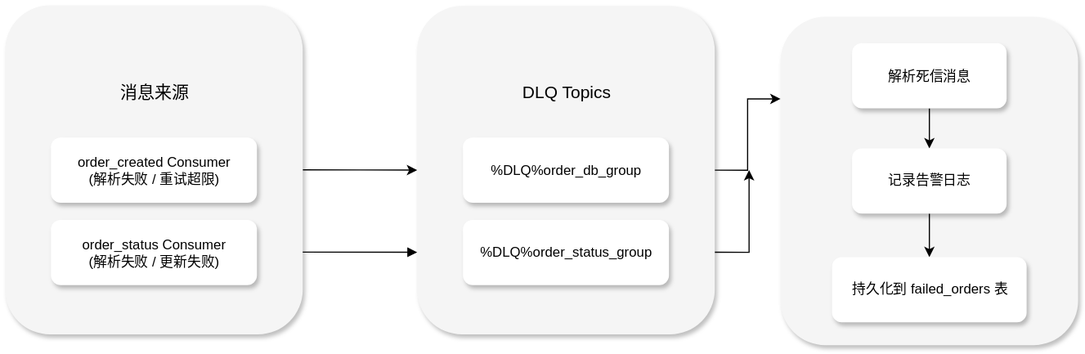
Earlier version of the draw.io export images/死信队列处理.svg (asteruwu/TransactionSystemArchitectureDesign). Source tidied: cells renumbered, new cells last; positions are measured from the earlier drawing's top-left corner, leaving out a move shared by most shapes.
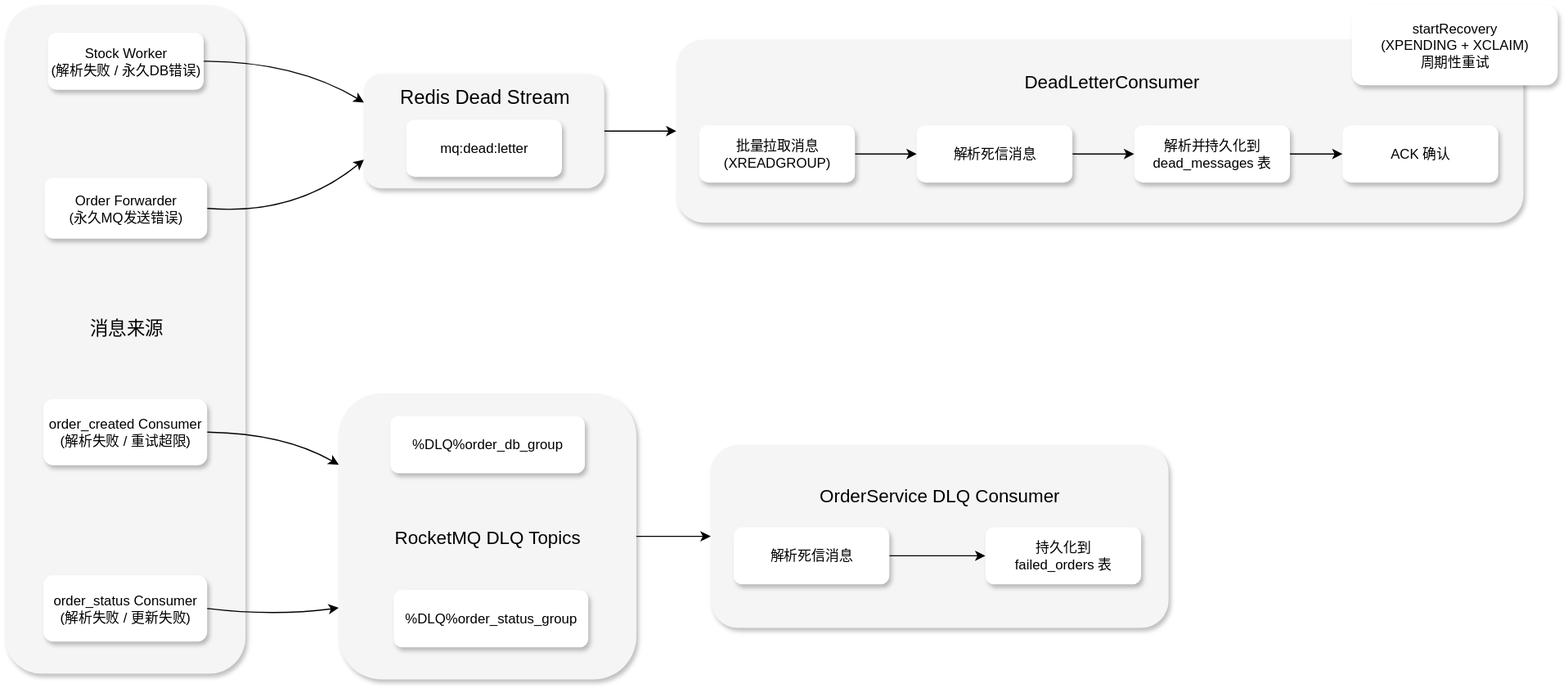
After the change.

Commit message:
更新README和svg资源

追加dead stream相关内容

Change to the diagram source:
```diff
@@ -2,64 +2,127 @@
   <root>
     <mxCell id="0" />
     <mxCell id="1" parent="0" />
-    <mxCell id="2" style="rounded=1;whiteSpace=wrap;html=1;fillColor=#f5f5f5;fontColor=#333333;strokeColor=none;shadow=1;" parent="1" vertex="1">
-      <mxGeometry x="677.5" y="10" width="260" height="287" as="geometry" />
-    </mxCell>
-    <mxCell id="3" style="edgeStyle=orthogonalEdgeStyle;rounded=0;jettySize=auto;html=1;exitX=1;exitY=0.5;exitDx=0;exitDy=0;entryX=0;entryY=0.25;entryDx=0;entryDy=0;fontFamily=Helvetica;fontSize=12;fontColor=default;" parent="1" edge="1" source="5" target="2">
-      <mxGeometry relative="1" as="geometry" />
-    </mxCell>
-    <mxCell id="4" style="edgeStyle=orthogonalEdgeStyle;rounded=0;jettySize=auto;html=1;exitX=1;exitY=0.75;exitDx=0;exitDy=0;fontFamily=Helvetica;fontSize=12;fontColor=default;" parent="1" edge="1" source="5">
-      <mxGeometry relative="1" as="geometry">
-        <mxPoint x="650" y="144" as="targetPoint" />
-        <Array as="points">
-          <mxPoint x="650" y="216" />
-        </Array>
-      </mxGeometry>
-    </mxCell>
-    <mxCell id="5" style="rounded=1;whiteSpace=wrap;html=1;fillColor=#f5f5f5;fontColor=#333333;strokeColor=none;shadow=1;" parent="1" vertex="1">
-      <mxGeometry x="360" y="0.5" width="260" height="287" as="geometry" />
-    </mxCell>
-    <mxCell id="6" style="edgeStyle=orthogonalEdgeStyle;rounded=0;jettySize=auto;html=1;exitX=1;exitY=0.5;exitDx=0;exitDy=0;entryX=0;entryY=0.5;entryDx=0;entryDy=0;fontFamily=Helvetica;fontSize=12;fontColor=default;" parent="1" edge="1" source="7" target="5">
-      <mxGeometry relative="1" as="geometry" />
-    </mxCell>
-    <mxCell id="7" style="rounded=1;whiteSpace=wrap;html=1;fillColor=#f5f5f5;fontColor=#333333;strokeColor=none;shadow=1;" parent="1" vertex="1">
-      <mxGeometry width="260" height="287.5" as="geometry" />
-    </mxCell>
+    <mxCell id="20" style="rounded=1;whiteSpace=wrap;html=1;fillColor=#f5f5f5;fontColor=#333333;strokeColor=none;shadow=1;" parent="1" vertex="1">
+      <mxGeometry x="673" y="220" width="400" height="160" as="geometry" />
+    </mxCell>
+    <mxCell id="21" style="rounded=1;whiteSpace=wrap;html=1;fillColor=#f5f5f5;fontColor=#333333;strokeColor=none;shadow=1;" parent="1" vertex="1">
+      <mxGeometry x="643" y="-134" width="740" height="160" as="geometry" />
+    </mxCell>
+    <mxCell id="22" value="&lt;span style=&quot;text-wrap-mode: wrap;&quot;&gt;DeadLetterConsumer&lt;/span&gt;" style="text;html=1;align=center;verticalAlign=middle;strokeColor=none;fillColor=none;fontFamily=Helvetica;fontSize=16;fontColor=default;" parent="1" vertex="1">
+      <mxGeometry x="1003" y="-110" width="40" height="26" as="geometry" />
+    </mxCell>
+    <mxCell id="23" style="edgeStyle=none;shape=connector;curved=1;rounded=0;jettySize=auto;html=1;exitX=1;exitY=0.5;exitDx=0;exitDy=0;entryX=0;entryY=0.5;entryDx=0;entryDy=0;strokeColor=default;align=center;verticalAlign=middle;fontFamily=Helvetica;fontSize=12;fontColor=default;labelBackgroundColor=default;endArrow=classic;" parent="1" edge="1" target="20">
+      <mxGeometry relative="1" as="geometry">
+        <mxPoint x="571" y="300" as="sourcePoint" />
+      </mxGeometry>
+    </mxCell>
+    <mxCell id="24" style="rounded=1;whiteSpace=wrap;html=1;fillColor=#f5f5f5;fontColor=#333333;strokeColor=none;shadow=1;" parent="1" vertex="1">
+      <mxGeometry x="348" y="175" width="260" height="250" as="geometry" />
+    </mxCell>
+    <mxCell id="25" style="rounded=1;whiteSpace=wrap;html=1;fillColor=#f5f5f5;fontColor=#333333;strokeColor=none;shadow=1;" parent="1" vertex="1">
+      <mxGeometry x="56.5" y="-164" width="210" height="584" as="geometry" />
+    </mxCell>
+    <mxCell id="26" style="rounded=0;jettySize=auto;html=1;exitX=1;exitY=0.5;exitDx=0;exitDy=0;entryX=0;entryY=0.25;entryDx=0;entryDy=0;fontFamily=Helvetica;fontSize=12;fontColor=default;curved=1;" parent="1" edge="1" source="27" target="33">
+      <mxGeometry relative="1" as="geometry">
+        <Array as="points">
+          <mxPoint x="310" y="-115" />
+        </Array>
+      </mxGeometry>
+    </mxCell>
+    <mxCell id="27" value="Stock Worker&#10;(解析失败 / 永久DB错误)" style="whiteSpace=wrap;strokeWidth=2;rounded=1;shadow=1;align=center;verticalAlign=middle;fontFamily=Helvetica;fontSize=12;fontColor=default;fillColor=default;strokeColor=none;" parent="1" vertex="1">
+      <mxGeometry x="94" y="-140" width="136" height="50" as="geometry" />
+    </mxCell>
+    <mxCell id="28" style="rounded=0;jettySize=auto;html=1;exitX=1;exitY=0.5;exitDx=0;exitDy=0;entryX=0;entryY=0.75;entryDx=0;entryDy=0;fontFamily=Helvetica;fontSize=12;fontColor=default;curved=1;" parent="1" edge="1" source="29" target="33">
+      <mxGeometry relative="1" as="geometry">
+        <Array as="points">
+          <mxPoint x="310" y="20" />
+        </Array>
+      </mxGeometry>
+    </mxCell>
+    <mxCell id="29" value="Order Forwarder&#10;(永久MQ发送错误)" style="whiteSpace=wrap;strokeWidth=2;rounded=1;shadow=1;align=center;verticalAlign=middle;fontFamily=Helvetica;fontSize=12;fontColor=default;fillColor=default;strokeColor=none;" parent="1" vertex="1">
+      <mxGeometry x="91" y="-13" width="142" height="53" as="geometry" />
+    </mxCell>
+    <mxCell id="30" style="edgeStyle=none;shape=connector;curved=1;rounded=0;jettySize=auto;html=1;exitX=1;exitY=0.5;exitDx=0;exitDy=0;entryX=0;entryY=0.25;entryDx=0;entryDy=0;strokeColor=default;align=center;verticalAlign=middle;fontFamily=Helvetica;fontSize=12;fontColor=default;labelBackgroundColor=default;endArrow=classic;" parent="1" edge="1" source="8" target="24">
+      <mxGeometry relative="1" as="geometry">
+        <Array as="points">
+          <mxPoint x="300" y="210" />
+        </Array>
+      </mxGeometry>
+    </mxCell>
-    <mxCell id="8" value="order_created Consumer&#10;(解析失败 / 重试超限)" style="whiteSpace=wrap;strokeWidth=2;strokeColor=none;rounded=1;shadow=1;" parent="1" vertex="1">
-      <mxGeometry x="40" y="115.5" width="180" height="57" as="geometry" />
+    <mxCell id="8" value="order_created Consumer&#10;(解析失败 / 重试超限)" style="whiteSpace=wrap;strokeWidth=2;rounded=1;shadow=1;align=center;verticalAlign=middle;fontFamily=Helvetica;fontSize=12;fontColor=default;fillColor=default;strokeColor=none;" parent="1" vertex="1">
+      <mxGeometry x="90" y="180" width="143" height="58" as="geometry" />
     </mxCell>
-    <mxCell id="9" style="curved=1;startArrow=none;endArrow=block;exitX=1;exitY=0.75;entryX=0;entryY=0.75;rounded=0;exitDx=0;exitDy=0;entryDx=0;entryDy=0;" parent="1" edge="1" source="7" target="5">
-      <mxGeometry relative="1" as="geometry" />
-    </mxCell>
+    <mxCell id="31" style="edgeStyle=none;shape=connector;curved=1;rounded=0;jettySize=auto;html=1;exitX=1;exitY=0.5;exitDx=0;exitDy=0;entryX=0;entryY=0.75;entryDx=0;entryDy=0;strokeColor=default;align=center;verticalAlign=middle;fontFamily=Helvetica;fontSize=12;fontColor=default;labelBackgroundColor=default;endArrow=classic;" parent="1" edge="1" source="10" target="24">
+      <mxGeometry relative="1" as="geometry">
+        <Array as="points">
+          <mxPoint x="290" y="370" />
+        </Array>
+      </mxGeometry>
+    </mxCell>
-    <mxCell id="10" value="order_status Consumer&#10;(解析失败 / 更新失败)" style="whiteSpace=wrap;strokeWidth=2;strokeColor=none;rounded=1;shadow=1;" parent="1" vertex="1">
-      <mxGeometry x="40" y="187.5" width="180" height="57" as="geometry" />
+    <mxCell id="10" value="order_status Consumer&#10;(解析失败 / 更新失败)" style="whiteSpace=wrap;strokeWidth=2;rounded=1;shadow=1;align=center;verticalAlign=middle;fontFamily=Helvetica;fontSize=12;fontColor=default;fillColor=default;strokeColor=none;" parent="1" vertex="1">
+      <mxGeometry x="90" y="334" width="143" height="58" as="geometry" />
     </mxCell>
-    <mxCell id="11" value="消息来源" style="text;html=1;align=center;verticalAlign=middle;strokeColor=none;fillColor=none;fontFamily=Helvetica;fontSize=15;fontColor=default;" parent="1" vertex="1">
-      <mxGeometry x="90" y="60" width="80" height="30" as="geometry" />
+    <mxCell id="11" value="消息来源" style="text;html=1;align=center;verticalAlign=middle;strokeColor=none;fillColor=none;fontSize=16;" parent="1" vertex="1">
+      <mxGeometry x="117" y="103" width="90" height="30" as="geometry" />
     </mxCell>
+    <mxCell id="32" style="edgeStyle=none;shape=connector;curved=1;rounded=0;jettySize=auto;html=1;exitX=1;exitY=0.5;exitDx=0;exitDy=0;entryX=0;entryY=0.5;entryDx=0;entryDy=0;strokeColor=default;align=center;verticalAlign=middle;fontFamily=Helvetica;fontSize=12;fontColor=default;labelBackgroundColor=default;endArrow=classic;" parent="1" edge="1" target="21">
+      <mxGeometry relative="1" as="geometry">
+        <mxPoint x="543" y="-54" as="sourcePoint" />
+      </mxGeometry>
+    </mxCell>
+    <mxCell id="33" style="rounded=1;whiteSpace=wrap;html=1;fillColor=#f5f5f5;fontColor=#333333;strokeColor=none;shadow=1;" parent="1" vertex="1">
+      <mxGeometry x="370" y="-104" width="210" height="100" as="geometry" />
+    </mxCell>
+    <mxCell id="34" value="mq:dead:letter" style="whiteSpace=wrap;strokeWidth=2;rounded=1;shadow=1;align=center;verticalAlign=middle;fontFamily=Helvetica;fontSize=12;fontColor=default;fillColor=default;strokeColor=none;" parent="1" vertex="1">
+      <mxGeometry x="407" y="-64" width="136" height="50" as="geometry" />
+    </mxCell>
+    <mxCell id="35" value="Redis Dead Stream " style="text;align=center;verticalAlign=middle;strokeColor=none;fillColor=none;imageAspect=1;noLabel=0;absoluteArcSize=0;imageHeight=24;imageWidth=24;imageVerticalAlign=middle;arcSize=12;fillOpacity=100;overflow=fill;fontSize=17;" parent="1" vertex="1">
+      <mxGeometry x="413" y="-94" width="130" height="30" as="geometry" />
+    </mxCell>
-    <mxCell id="12" value="%DLQ%order_db_group" style="whiteSpace=wrap;strokeWidth=2;strokeColor=none;rounded=1;shadow=1;" parent="1" vertex="1">
-      <mxGeometry x="400" y="115.5" width="180" height="57" as="geometry" />
+    <mxCell id="12" value="%DLQ%order_db_group" style="whiteSpace=wrap;strokeWidth=2;rounded=1;shadow=1;align=center;verticalAlign=middle;fontFamily=Helvetica;fontSize=12;fontColor=default;fillColor=default;strokeColor=none;" parent="1" vertex="1">
+      <mxGeometry x="393" y="195" width="170" height="50" as="geometry" />
     </mxCell>
-    <mxCell id="13" value="%DLQ%order_status_group" style="whiteSpace=wrap;strokeWidth=2;strokeColor=none;rounded=1;shadow=1;" parent="1" vertex="1">
-      <mxGeometry x="400" y="187.5" width="180" height="57" as="geometry" />
+    <mxCell id="13" value="%DLQ%order_status_group" style="whiteSpace=wrap;strokeWidth=2;rounded=1;shadow=1;align=center;verticalAlign=middle;fontFamily=Helvetica;fontSize=12;fontColor=default;fillColor=default;strokeColor=none;" parent="1" vertex="1">
+      <mxGeometry x="396" y="347" width="170" height="50" as="geometry" />
     </mxCell>
-    <mxCell id="14" value="DLQ Topics" style="text;html=1;align=center;verticalAlign=middle;strokeColor=none;fillColor=none;fontFamily=Helvetica;fontSize=15;fontColor=default;" parent="1" vertex="1">
-      <mxGeometry x="440" y="60" width="100" height="30" as="geometry" />
-    </mxCell>
-    <mxCell id="15" style="edgeStyle=orthogonalEdgeStyle;rounded=0;jettySize=auto;html=1;fontFamily=Helvetica;fontSize=12;fontColor=default;" parent="1" edge="1" source="16" target="18">
-      <mxGeometry relative="1" as="geometry" />
-    </mxCell>
-    <mxCell id="16" value="解析死信消息" style="whiteSpace=wrap;strokeWidth=2;strokeColor=none;rounded=1;shadow=1;" parent="1" vertex="1">
-      <mxGeometry x="740" y="33" width="135" height="57" as="geometry" />
-    </mxCell>
-    <mxCell id="17" style="edgeStyle=orthogonalEdgeStyle;rounded=0;jettySize=auto;html=1;fontFamily=Helvetica;fontSize=12;fontColor=default;" parent="1" edge="1" source="18" target="19">
-      <mxGeometry relative="1" as="geometry" />
-    </mxCell>
-    <mxCell id="18" value="记录告警日志" style="whiteSpace=wrap;strokeWidth=2;strokeColor=none;rounded=1;shadow=1;" parent="1" vertex="1">
-      <mxGeometry x="740" y="125" width="135" height="57" as="geometry" />
-    </mxCell>
+    <mxCell id="36" value="RocketMQ DLQ Topics" style="text;align=center;verticalAlign=middle;strokeColor=none;fillColor=none;fontFamily=Helvetica;fontSize=16;fontColor=default;" parent="1" vertex="1">
+      <mxGeometry x="458" y="287" width="40" height="26" as="geometry" />
+    </mxCell>
+    <mxCell id="37" style="edgeStyle=orthogonalEdgeStyle;rounded=0;jettySize=auto;html=1;fontFamily=Helvetica;fontSize=12;fontColor=default;" parent="1" edge="1" source="38" target="40">
+      <mxGeometry relative="1" as="geometry" />
+    </mxCell>
+    <mxCell id="38" value="批量拉取消息&#10;(XREADGROUP)" style="whiteSpace=wrap;strokeWidth=2;rounded=1;shadow=1;align=center;verticalAlign=middle;fontFamily=Helvetica;fontSize=12;fontColor=default;fillColor=default;strokeColor=none;" parent="1" vertex="1">
+      <mxGeometry x="663" y="-59" width="136" height="50" as="geometry" />
+    </mxCell>
+    <mxCell id="39" style="edgeStyle=orthogonalEdgeStyle;rounded=0;jettySize=auto;html=1;fontFamily=Helvetica;fontSize=12;fontColor=default;" parent="1" edge="1" source="40" target="42">
+      <mxGeometry relative="1" as="geometry" />
+    </mxCell>
+    <mxCell id="40" value="解析死信消息" style="whiteSpace=wrap;strokeWidth=2;rounded=1;shadow=1;align=center;verticalAlign=middle;fontFamily=Helvetica;fontSize=12;fontColor=default;fillColor=default;strokeColor=none;" parent="1" vertex="1">
+      <mxGeometry x="853" y="-59" width="136" height="50" as="geometry" />
+    </mxCell>
+    <mxCell id="41" style="edgeStyle=orthogonalEdgeStyle;rounded=0;jettySize=auto;html=1;fontFamily=Helvetica;fontSize=12;fontColor=default;" parent="1" edge="1" source="42" target="45">
+      <mxGeometry relative="1" as="geometry" />
+    </mxCell>
+    <mxCell id="42" value="解析并持久化到&#10;dead_messages 表" style="whiteSpace=wrap;strokeWidth=2;rounded=1;shadow=1;align=center;verticalAlign=middle;fontFamily=Helvetica;fontSize=12;fontColor=default;fillColor=default;strokeColor=none;" parent="1" vertex="1">
+      <mxGeometry x="1043" y="-59" width="136" height="50" as="geometry" />
+    </mxCell>
+    <mxCell id="43" style="edgeStyle=orthogonalEdgeStyle;rounded=0;jettySize=auto;html=1;fontFamily=Helvetica;fontSize=12;fontColor=default;" parent="1" edge="1" source="44" target="19">
+      <mxGeometry relative="1" as="geometry" />
+    </mxCell>
+    <mxCell id="44" value="解析死信消息" style="whiteSpace=wrap;strokeWidth=2;rounded=1;shadow=1;align=center;verticalAlign=middle;fontFamily=Helvetica;fontSize=12;fontColor=default;fillColor=default;strokeColor=none;" parent="1" vertex="1">
+      <mxGeometry x="693" y="292" width="136" height="50" as="geometry" />
+    </mxCell>
+    <mxCell id="45" value="ACK 确认" style="whiteSpace=wrap;strokeWidth=2;rounded=1;shadow=1;align=center;verticalAlign=middle;fontFamily=Helvetica;fontSize=12;fontColor=default;fillColor=default;strokeColor=none;" parent="1" vertex="1">
+      <mxGeometry x="1225" y="-59" width="136" height="50" as="geometry" />
+    </mxCell>
+    <mxCell id="46" value="startRecovery&#10;(XPENDING + XCLAIM)&#10;周期性重试" style="whiteSpace=wrap;strokeWidth=2;rounded=1;shadow=1;align=center;verticalAlign=middle;fontFamily=Helvetica;fontSize=12;fontColor=default;fillColor=default;strokeColor=none;" parent="1" vertex="1">
+      <mxGeometry x="1233" y="-164" width="180" height="70" as="geometry" />
+    </mxCell>
-    <mxCell id="19" value="持久化到 failed_orders 表" style="whiteSpace=wrap;strokeWidth=2;strokeColor=none;rounded=1;shadow=1;" parent="1" vertex="1">
-      <mxGeometry x="722.5" y="220" width="170" height="57" as="geometry" />
+    <mxCell id="19" value="持久化到&#10;failed_orders 表" style="whiteSpace=wrap;strokeWidth=2;rounded=1;shadow=1;align=center;verticalAlign=middle;fontFamily=Helvetica;fontSize=12;fontColor=default;fillColor=default;strokeColor=none;" parent="1" vertex="1">
+      <mxGeometry x="913" y="292" width="136" height="50" as="geometry" />
     </mxCell>
+    <mxCell id="47" value="OrderService DLQ Consumer" style="text;align=center;verticalAlign=middle;strokeColor=none;fillColor=none;fontFamily=Helvetica;fontSize=16;fontColor=default;" parent="1" vertex="1">
+      <mxGeometry x="853" y="250" width="40" height="26" as="geometry" />
+    </mxCell>
   </root>
 </mxGraphModel>
```
